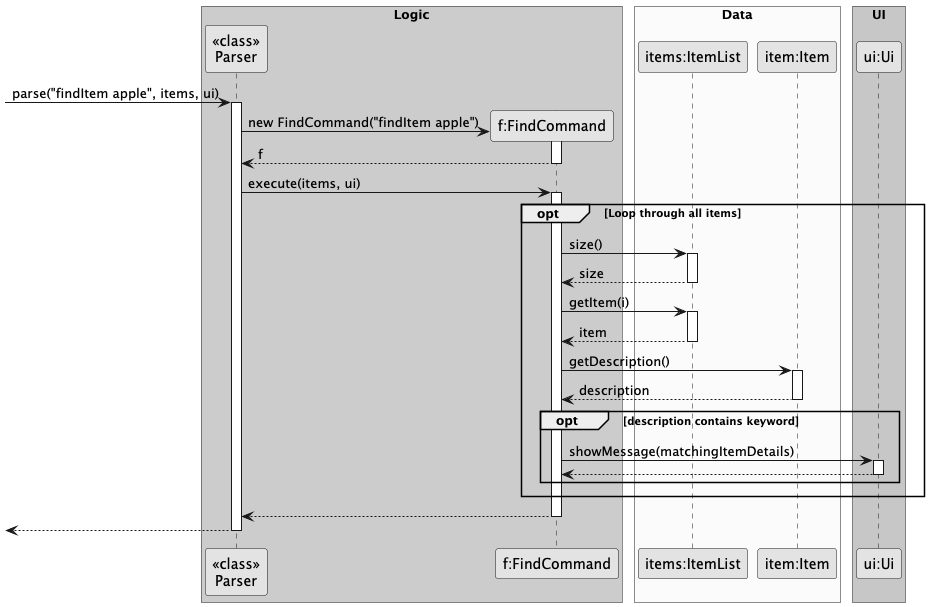
Above: docs/diagrams/FindSequenceDiagram.png in fmohamedfaras/tp (PlantUML), before the change. Its diagram source:
```plantuml
@startuml
!pragma teoz true
skinparam monochrome true
skinparam shadowing false

box "Logic" #LightBlue
participant "<<class>>\nParser" as Parser
participant "f:FindCommand" as FindCommand
end box

box "Data" #LightYellow
participant "items:ItemList" as ItemList
participant "item:Item" as Item
end box

box "UI" #LightGreen
participant "ui:Ui" as Ui
end box

-> Parser : parse("findItem apple", items, ui)
activate Parser

create FindCommand
Parser -> FindCommand : new FindCommand("findItem apple")
activate FindCommand
FindCommand --> Parser : f
deactivate FindCommand

Parser -> FindCommand : execute(items, ui)
activate FindCommand

opt Loop through all items
    FindCommand -> ItemList : size()
    activate ItemList
    ItemList --> FindCommand : size
    deactivate ItemList

    FindCommand -> ItemList : getItem(i)
    activate ItemList
    ItemList --> FindCommand : item
    deactivate ItemList

    FindCommand -> Item : getDescription()
    activate Item
    Item --> FindCommand : description
    deactivate Item

    opt description contains keyword
        FindCommand -> Ui : showMessage(matchingItemDetails)
        activate Ui
        Ui --> FindCommand
        deactivate Ui
    end
end

FindCommand --> Parser
deactivate FindCommand

<-- Parser
deactivate Parser

@enduml
```
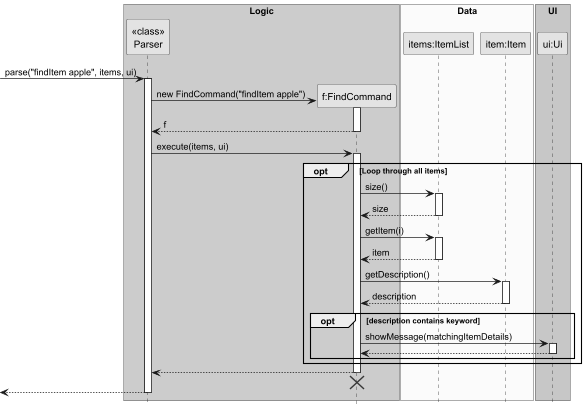
After the change.

Diff of the diagram source:
```diff
@@ -1,7 +1,8 @@
 @startuml
-!pragma teoz true
 skinparam monochrome true
 skinparam shadowing false
+hide circle
+hide footbox
 
 box "Logic" #LightBlue
 participant "<<class>>\nParser" as Parser
@@ -55,6 +56,8 @@
 
 FindCommand --> Parser
 deactivate FindCommand
+FindCommand -[hidden]-> Parser
+destroy FindCommand
 
 <-- Parser
 deactivate Parser
```
